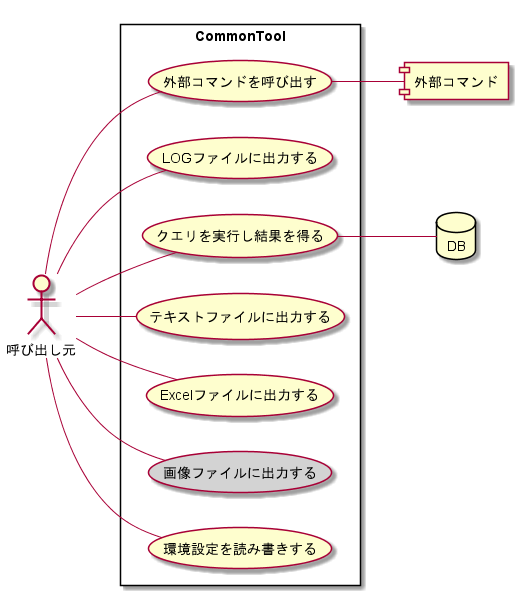
hirorich/CommonTool keeps this PlantUML diagram as doc/01_要件定義/ユースケース図.png. Above is the earlier version. Source of this version:
```plantuml
@startuml ..\ユースケース図.png

left to right direction

actor 呼び出し元

rectangle CommonTool {
  usecase (外部コマンドを呼び出す) as (外部コマンド実行)
  usecase (LOGファイルに出力する) as (LOG)
  usecase (クエリを実行し結果を得る) as (DB操作)
  usecase (テキストファイルに出力する) as (TEXT)
  usecase (Excelファイルに出力する) as (Excel)
  usecase (画像ファイルに出力する) as (IMAGE) #lightgrey
  usecase (環境設定を読み書きする) as (環境設定)
}

database DB
component 外部コマンド



呼び出し元 -- (LOG)
呼び出し元 -- (DB操作)
呼び出し元 -- (TEXT)
呼び出し元 -- (Excel)
呼び出し元 -- (外部コマンド実行)
呼び出し元 -- (IMAGE)
呼び出し元 -- (環境設定)

(DB操作) -- DB
(外部コマンド実行) -- 外部コマンド

@enduml
```
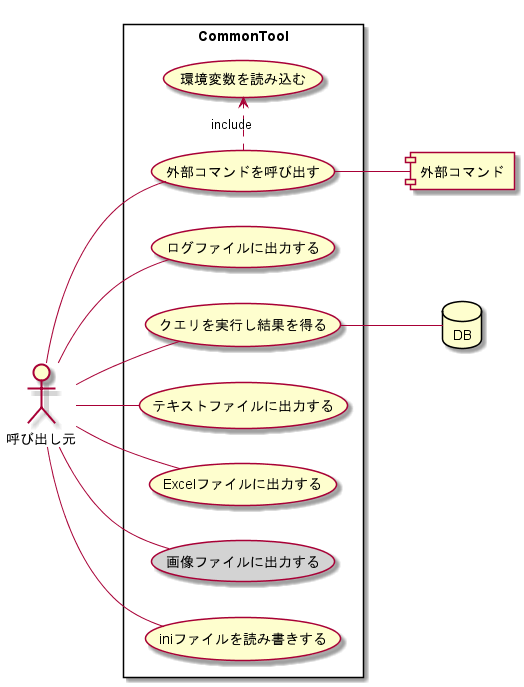
The same file after the commit.

Change to the diagram source:
```diff
@@ -6,12 +6,15 @@
 
 rectangle CommonTool {
   usecase (外部コマンドを呼び出す) as (外部コマンド実行)
-  usecase (LOGファイルに出力する) as (LOG)
+  usecase (環境変数を読み込む) as (環境変数)
+  usecase (ログファイルに出力する) as (LOG)
   usecase (クエリを実行し結果を得る) as (DB操作)
   usecase (テキストファイルに出力する) as (TEXT)
   usecase (Excelファイルに出力する) as (Excel)
   usecase (画像ファイルに出力する) as (IMAGE) #lightgrey
-  usecase (環境設定を読み書きする) as (環境設定)
+  usecase (iniファイルを読み書きする) as (INI)
+
+  (外部コマンド実行) .> (環境変数) : include
 }
 
 database DB
@@ -25,7 +28,7 @@
 呼び出し元 -- (Excel)
 呼び出し元 -- (外部コマンド実行)
 呼び出し元 -- (IMAGE)
-呼び出し元 -- (環境設定)
+呼び出し元 -- (INI)
 
 (DB操作) -- DB
 (外部コマンド実行) -- 外部コマンド
```
